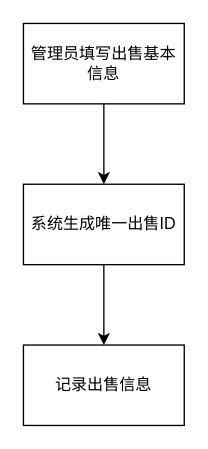
The draw.io diagram 药品出售流程.drawio in Qingyi1001/repo1, before the edit. Source tidied: cells renumbered, new cells numbered last; positions are measured from the earlier drawing's top-left corner, leaving out a move shared by most shapes. Both pictures are drawn from the tidied source at 134%, with x=0, y=0 at pixel (23, 23).
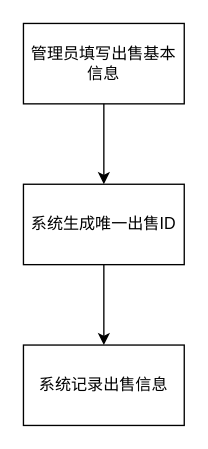
After the change.

Commit message (it also covers changes not shown here):
更新药品出售流程.drawio

Change to the diagram source:
```diff
@@
 <mxGraphModel>
   <root>
     <mxCell id="0" />
     <mxCell id="1" parent="0" />
     <mxCell id="2" value="管理员填写出售基本信息" style="rounded=0;whiteSpace=wrap;html=1;" parent="1" vertex="1">
       <mxGeometry width="120" height="60" as="geometry" />
     </mxCell>
     <mxCell id="3" style="edgeStyle=orthogonalEdgeStyle;rounded=0;jettySize=auto;html=1;" parent="1" edge="1" source="2" target="4">
       <mxGeometry relative="1" as="geometry" />
     </mxCell>
     <mxCell id="4" value="系统生成唯一出售ID" style="rounded=0;whiteSpace=wrap;html=1;" parent="1" vertex="1">
       <mxGeometry y="120" width="120" height="60" as="geometry" />
     </mxCell>
-    <mxCell id="5" value="记录出售信息" style="rounded=0;whiteSpace=wrap;html=1;" parent="1" vertex="1">
+    <mxCell id="5" value="系统记录出售信息" style="rounded=0;whiteSpace=wrap;html=1;" parent="1" vertex="1">
       <mxGeometry y="240" width="120" height="60" as="geometry" />
     </mxCell>
     <mxCell id="6" style="endArrow=classic;html=1;rounded=0;" parent="1" edge="1" source="4" target="5">
       <mxGeometry relative="1" as="geometry" />
     </mxCell>
   </root>
 </mxGraphModel>
```
